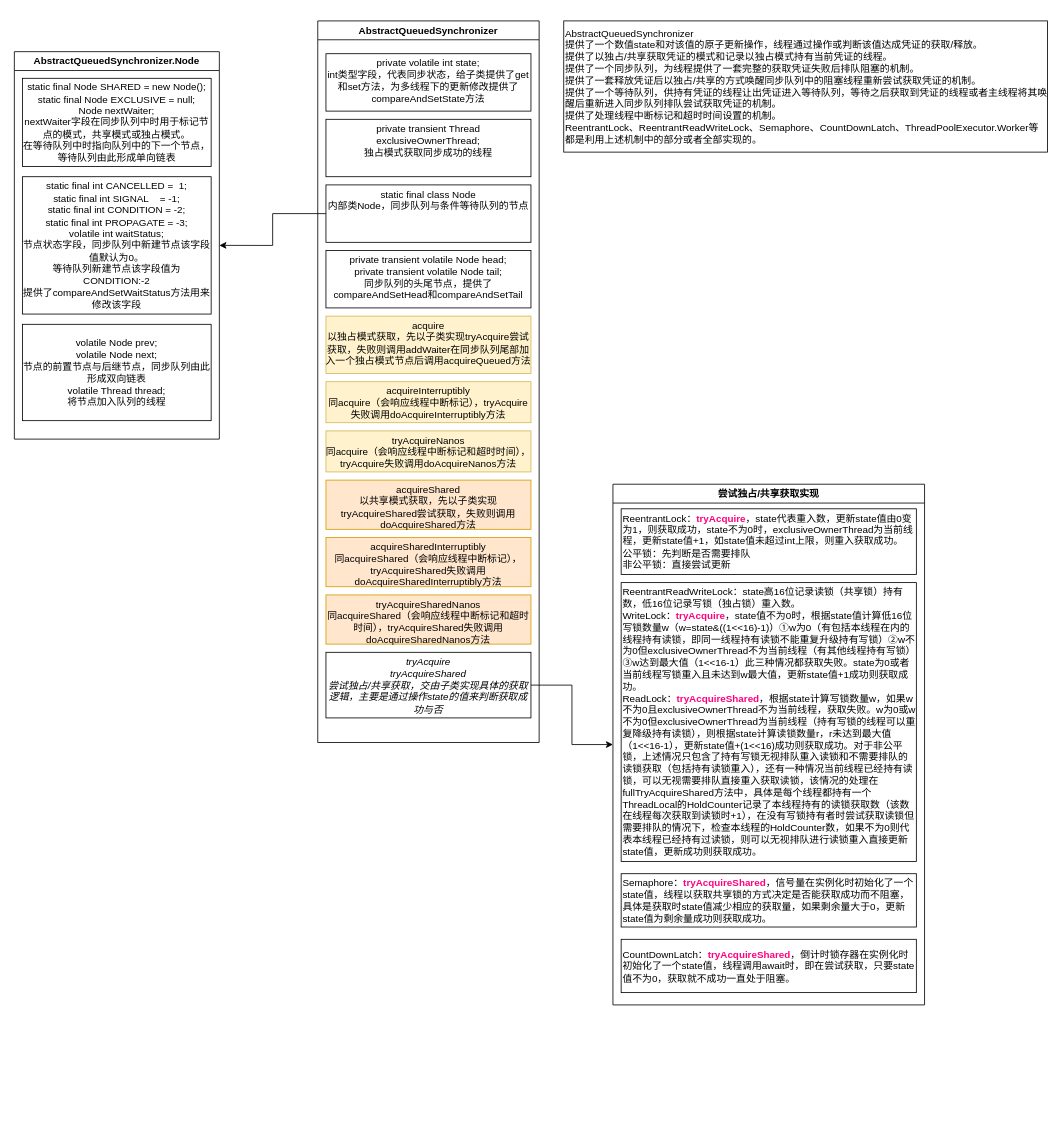
The draw.io diagram AbstractQueuedSynchronizer.drawio in a7956232/drawIOFiles, before the edit. Source tidied: cells renumbered, new cells numbered last; positions are measured from the earlier drawing's top-left corner, leaving out a move shared by most shapes. Both pictures are drawn from the tidied source at 82%, with x=0, y=0 at pixel (14, 20).
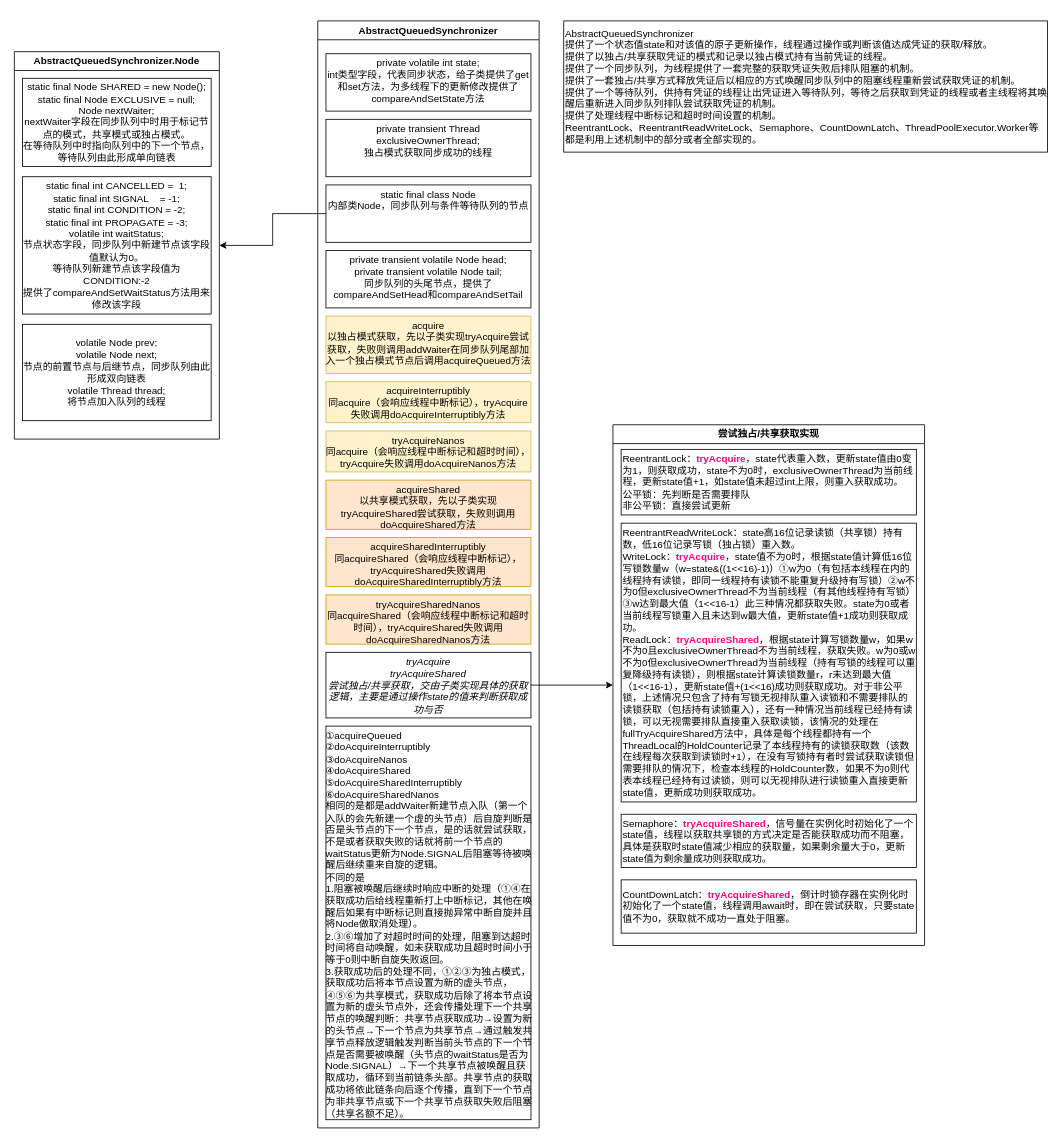
The same diagram, later.

What changed in the source:
```diff
@@
     <mxCell id="2" value="&lt;pre style=&quot;&quot;&gt;&lt;font style=&quot;font-size: 12px;&quot; face=&quot;Helvetica&quot;&gt;AbstractQueuedSynchronizer&lt;/font&gt;&lt;/pre&gt;" style="swimlane;whiteSpace=wrap;html=1;" parent="1" vertex="1">
-      <mxGeometry x="370" width="270" height="880" as="geometry" />
+      <mxGeometry x="370" width="270" height="1350" as="geometry" />
     </mxCell>
@@
+    <mxCell id="26" value="①acquireQueued&#10;②doAcquireInterruptibly&#10;③doAcquireNanos&#10;④doAcquireShared&#10;⑤doAcquireSharedInterruptibly&#10;⑥doAcquireSharedNanos&#10;相同的是都是addWaiter新建节点入队（第一个入队的会先新建一个虚的头节点）后自旋判断是否是头节点的下一个节点，是的话就尝试获取，不是或者获取失败的话就将前一个节点的waitStatus更新为Node.SIGNAL后阻塞等待被唤醒后继续重来自旋的逻辑。&#10;不同的是&#10;1.阻塞被唤醒后继续时响应中断的处理（①④在获取成功后给线程重新打上中断标记，其他在唤醒后如果有中断标记则直接抛异常中断自旋并且将Node做取消处理）。&#10;2.③⑥增加了对超时时间的处理，阻塞到达超时时间将自动唤醒，如未获取成功且超时时间小于等于0则中断自旋失败返回。&#10;3.获取成功后的处理不同，①②③为独占模式，获取成功后将本节点设置为新的虚头节点，④⑤⑥为共享模式，获取成功后除了将本节点设置为新的虚头节点外，还会传播处理下一个共享节点的唤醒判断：共享节点获取成功→设置为新的头节点→下一个节点为共享节点→通过触发共享节点释放逻辑触发判断当前头节点的下一个节点是否需要被唤醒（头节点的waitStatus是否为Node.SIGNAL）→下一个共享节点被唤醒且获取成功，循环到当前链条头部。共享节点的获取成功将依此链条向后逐个传播，直到下一个节点为非共享节点或下一个共享节点获取失败后阻塞（共享名额不足）。" style="rounded=0;whiteSpace=wrap;labelBackgroundColor=none;fontFamily=Helvetica;fontSize=12;fontColor=#000000;verticalAlign=top;spacing=0;align=left;" parent="2" vertex="1">
+      <mxGeometry x="10" y="860" width="250" height="480" as="geometry" />
+    </mxCell>
@@
     <mxCell id="20" value="尝试独占/共享获取实现" style="swimlane;whiteSpace=wrap;html=1;rounded=0;labelBackgroundColor=none;strokeColor=default;fontFamily=Helvetica;fontSize=12;fontColor=#000000;fillColor=default;" parent="1" vertex="1">
-      <mxGeometry x="730" y="565" width="380" height="635" as="geometry" />
+      <mxGeometry x="730" y="492.5" width="380" height="635" as="geometry" />
     </mxCell>
@@
-    <mxCell id="25" value="AbstractQueuedSynchronizer&#10;提供了一个数值state和对该值的原子更新操作，线程通过操作或判断该值达成凭证的获取/释放。&#10;提供了以独占/共享获取凭证的模式和记录以独占模式持有当前凭证的线程。&#10;提供了一个同步队列，为线程提供了一套完整的获取凭证失败后排队阻塞的机制。&#10;提供了一套释放凭证后以独占/共享的方式唤醒同步队列中的阻塞线程重新尝试获取凭证的机制。&#10;提供了一个等待队列，供持有凭证的线程让出凭证进入等待队列，等待之后获取到凭证的线程或者主线程将其唤醒后重新进入同步队列排队尝试获取凭证的机制。&#10;提供了处理线程中断标记和超时时间设置的机制。&#10;ReentrantLock、ReentrantReadWriteLock、Semaphore、CountDownLatch、ThreadPoolExecutor.Worker等都是利用上述机制中的部分或者全部实现的。" style="rounded=0;whiteSpace=wrap;align=left;" parent="1" vertex="1">
+    <mxCell id="25" value="AbstractQueuedSynchronizer&#10;提供了一个状态值state和对该值的原子更新操作，线程通过操作或判断该值达成凭证的获取/释放。&#10;提供了以独占/共享获取凭证的模式和记录以独占模式持有当前凭证的线程。&#10;提供了一个同步队列，为线程提供了一套完整的获取凭证失败后排队阻塞的机制。&#10;提供了一套独占/共享方式释放凭证后以相应的方式唤醒同步队列中的阻塞线程重新尝试获取凭证的机制。&#10;提供了一个等待队列，供持有凭证的线程让出凭证进入等待队列，等待之后获取到凭证的线程或者主线程将其唤醒后重新进入同步队列排队尝试获取凭证的机制。&#10;提供了处理线程中断标记和超时时间设置的机制。&#10;ReentrantLock、ReentrantReadWriteLock、Semaphore、CountDownLatch、ThreadPoolExecutor.Worker等都是利用上述机制中的部分或者全部实现的。" style="rounded=0;whiteSpace=wrap;align=left;" parent="1" vertex="1">
       <mxGeometry x="670" width="590" height="160" as="geometry" />
     </mxCell>
```
